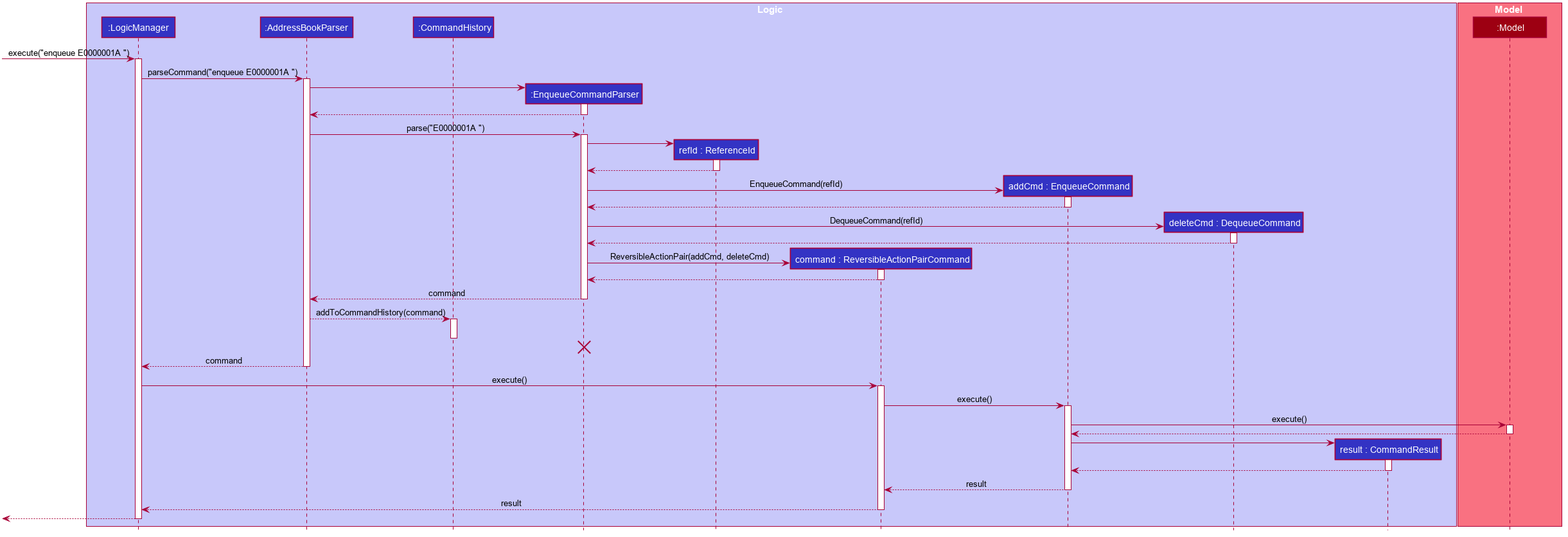
Above: docs/images/EnqueueSequenceDiagram.png in nus-cs2103-AY1920S1/addressbook-level3 (PlantUML), before the change.
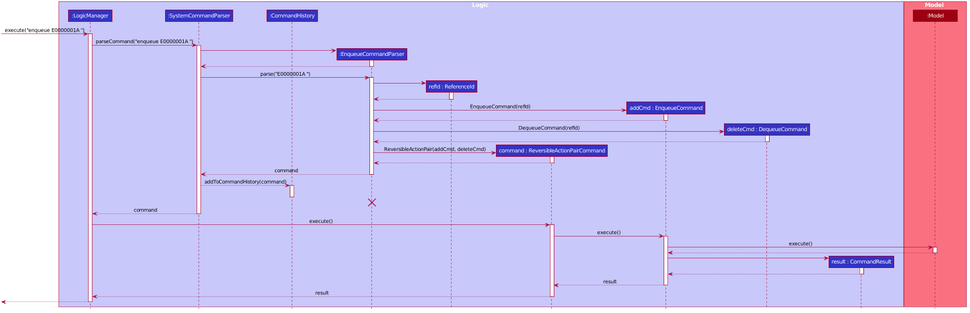
The same file after the commit.

Diff of the diagram source:
```diff
@@ -50,7 +50,7 @@
 
 box Logic #C8C8FA
 participant ":LogicManager" as LogicManager #3333C4
-participant ":AddressBookParser" as AddressBookParser #3333C4
+participant ":SystemCommandParser" as AddressBookParser #3333C4
 participant ":CommandHistory" as CommandHistory #3333C4
 participant ":EnqueueCommandParser" as EnqueueCommandParser #3333C4
 participant "refId : ReferenceId" as ReferenceId #3333C4
```
